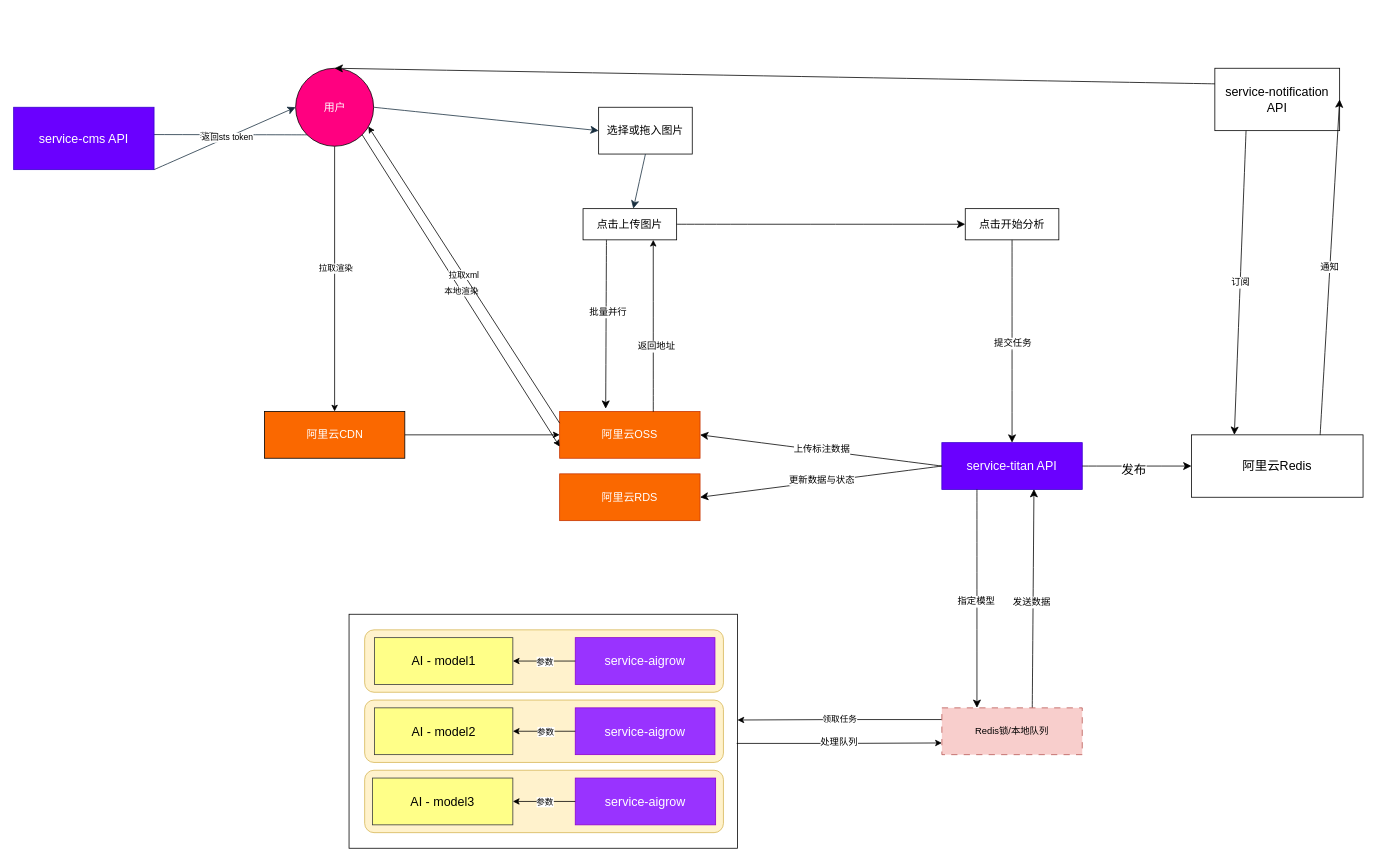
Earlier version of the draw.io diagram 未命名绘图.drawio (deepberry/.draw). Source tidied: cells renumbered, new cells numbered last; positions are measured from the earlier drawing's top-left corner, leaving out a move shared by most shapes. Both pictures are drawn from the tidied source at 78%, with x=0, y=0 at pixel (13, 13).
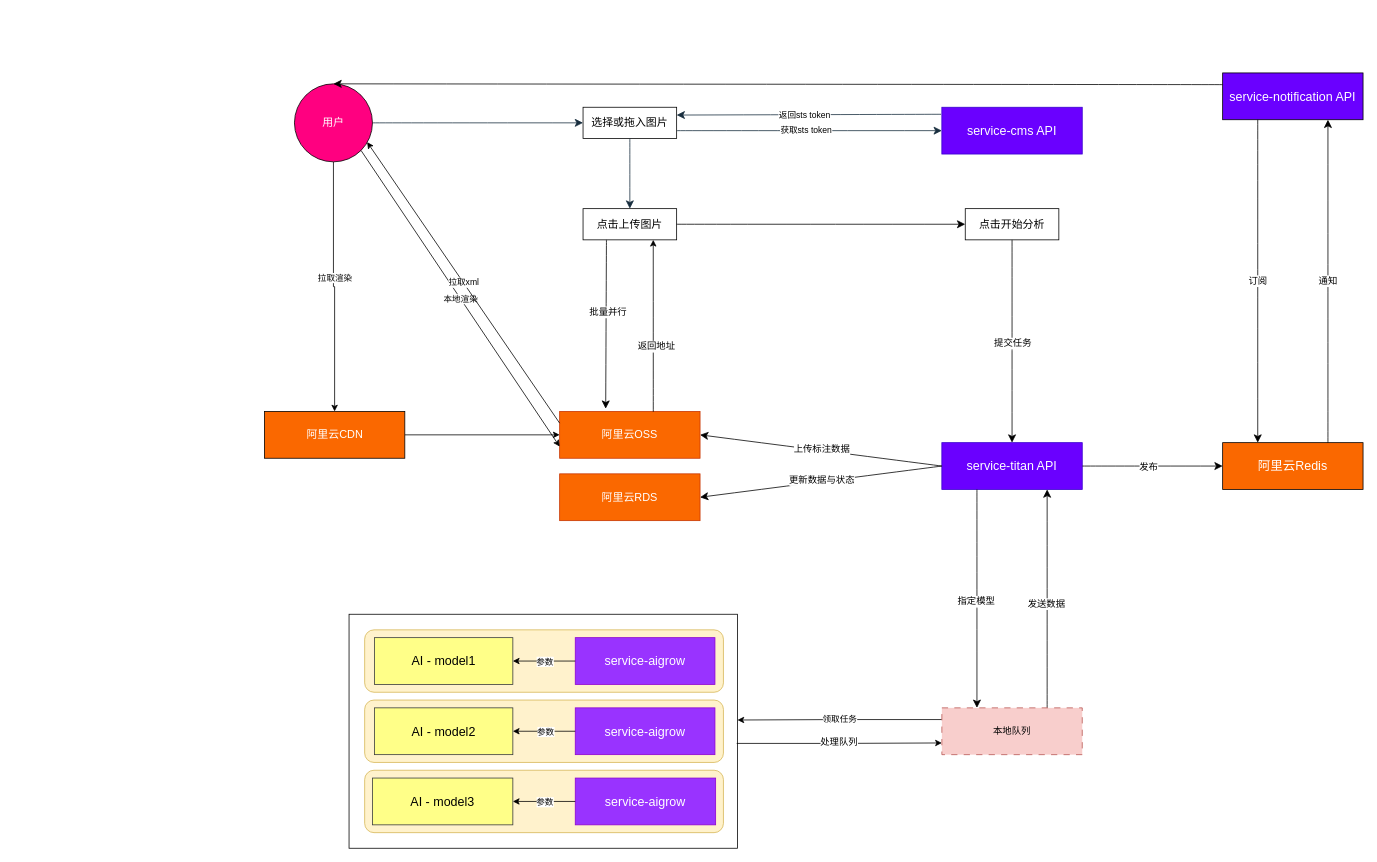
Above is the later version.

Commit message:
更新未命名绘图.drawio

The change refers to these unchanged cells:
```xml
<mxCell id="20" value="service-titan API" style="whiteSpace=wrap;html=1;fontSize=16;fillColor=#6a00ff;strokeColor=#3700CC;fontColor=#ffffff;" parent="1" vertex="1">
  <mxGeometry x="1190" y="550" width="180" height="60" as="geometry" />
</mxCell>
<mxCell id="63" style="edgeStyle=none;jettySize=auto;html=1;rounded=0;fontSize=12;startSize=8;endSize=8;curved=1;exitX=1;exitY=0.5;exitDx=0;exitDy=0;entryX=0;entryY=0.5;entryDx=0;entryDy=0;" parent="1" edge="1" source="20" target="60">
  <mxGeometry relative="1" as="geometry" />
</mxCell>
```

What changed in the source:
```diff
@@
-    <mxCell id="4" style="edgeStyle=none;curved=1;rounded=0;jettySize=auto;html=1;fontSize=12;startSize=8;endSize=8;labelBackgroundColor=none;fontColor=default;strokeColor=#182E3E;exitX=0;exitY=1;exitDx=0;exitDy=0;" parent="1" edge="1" source="36">
-      <mxGeometry relative="1" as="geometry">
-        <mxPoint x="160" y="155" as="targetPoint" />
-      </mxGeometry>
+    <mxCell id="4" style="edgeStyle=none;curved=1;rounded=0;jettySize=auto;html=1;fontSize=12;startSize=8;endSize=8;labelBackgroundColor=none;fontColor=default;strokeColor=#182E3E;entryX=0;entryY=0.5;entryDx=0;entryDy=0;exitX=1;exitY=0.75;exitDx=0;exitDy=0;" parent="1" edge="1" source="9" target="6">
+      <mxGeometry relative="1" as="geometry" />
     </mxCell>
@@
     <mxCell id="6" value="service-cms API" style="whiteSpace=wrap;html=1;fontSize=16;labelBackgroundColor=none;rounded=0;fillColor=#6a00ff;strokeColor=#3700CC;fontColor=#ffffff;" parent="1" vertex="1">
-      <mxGeometry y="120" width="180" height="80" as="geometry" />
+      <mxGeometry x="1190" y="120" width="180" height="60" as="geometry" />
     </mxCell>
-    <mxCell id="7" style="edgeStyle=none;jettySize=auto;html=1;rounded=0;fontSize=12;startSize=8;endSize=8;curved=1;entryX=0;entryY=0.5;entryDx=0;entryDy=0;labelBackgroundColor=none;fontColor=default;strokeColor=#182E3E;exitX=1;exitY=1;exitDx=0;exitDy=0;" parent="1" edge="1" source="6" target="36">
+    <mxCell id="7" style="edgeStyle=none;jettySize=auto;html=1;rounded=0;fontSize=12;startSize=8;endSize=8;curved=1;entryX=1;entryY=0.25;entryDx=0;entryDy=0;labelBackgroundColor=none;fontColor=default;strokeColor=#182E3E;exitX=-0.006;exitY=0.15;exitDx=0;exitDy=0;exitPerimeter=0;" parent="1" edge="1" source="6" target="9">
       <mxGeometry relative="1" as="geometry" />
     </mxCell>
@@
     <mxCell id="9" value="选择或拖入图片" style="whiteSpace=wrap;html=1;fontSize=14;rounded=0;labelBackgroundColor=none;" parent="1" vertex="1">
-      <mxGeometry x="750" y="120" width="120" height="60" as="geometry" />
+      <mxGeometry x="730" y="120" width="120" height="40" as="geometry" />
     </mxCell>
@@
-    <mxCell id="30" style="edgeStyle=none;jettySize=auto;html=1;rounded=0;fontSize=12;startSize=8;endSize=8;curved=1;exitX=0.644;exitY=0;exitDx=0;exitDy=0;exitPerimeter=0;entryX=0.656;entryY=0.992;entryDx=0;entryDy=0;entryPerimeter=0;" parent="1" edge="1" source="37" target="20">
+    <mxCell id="30" style="edgeStyle=none;jettySize=auto;html=1;rounded=0;fontSize=12;startSize=8;endSize=8;curved=1;exitX=0.75;exitY=0;exitDx=0;exitDy=0;entryX=0.75;entryY=1;entryDx=0;entryDy=0;" parent="1" edge="1" source="37" target="20">
       <mxGeometry relative="1" as="geometry" />
     </mxCell>
@@
     <mxCell id="36" value="用户" style="ellipse;whiteSpace=wrap;html=1;fontSize=14;fontColor=#FFFFFF;fillColor=#FF0080;" parent="1" vertex="1">
-      <mxGeometry x="361.5" y="70" width="100" height="100" as="geometry" />
+      <mxGeometry x="360" y="90" width="100" height="100" as="geometry" />
     </mxCell>
-    <mxCell id="37" value="Redis锁/本地队列" style="rounded=0;whiteSpace=wrap;html=1;fillColor=#f8cecc;strokeColor=#b85450;dashed=1;dashPattern=8 8;" parent="1" vertex="1">
+    <mxCell id="37" value="本地队列" style="rounded=0;whiteSpace=wrap;html=1;fillColor=#f8cecc;strokeColor=#b85450;dashed=1;dashPattern=8 8;" parent="1" vertex="1">
       <mxGeometry x="1190" y="890" width="180" height="60" as="geometry" />
     </mxCell>
@@
-    <mxCell id="60" value="阿里云Redis" style="whiteSpace=wrap;html=1;fontSize=16;" parent="1" vertex="1">
-      <mxGeometry x="1510" y="540" width="220" height="80" as="geometry" />
+    <mxCell id="60" value="阿里云Redis" style="whiteSpace=wrap;html=1;fontSize=16;fillColor=#FA6800;fontColor=#FFFFFF;" parent="1" vertex="1">
+      <mxGeometry x="1550" y="550" width="180" height="60" as="geometry" />
     </mxCell>
@@
-    <mxCell id="62" value="service-notification API" style="whiteSpace=wrap;html=1;fontSize=16;" parent="1" vertex="1">
-      <mxGeometry x="1540" y="70" width="160" height="80" as="geometry" />
+    <mxCell id="62" value="service-notification API" style="whiteSpace=wrap;html=1;fontSize=16;fillColor=#6A00FF;fontColor=#FFFFFF;" parent="1" vertex="1">
+      <mxGeometry x="1550" y="76" width="180" height="60" as="geometry" />
     </mxCell>
@@
-    <mxCell id="64" value="发布" style="edgeLabel;html=1;align=center;verticalAlign=middle;fontSize=16;" parent="63" vertex="1">
-      <mxGeometry x="-0.07" y="-4" relative="1" as="geometry" />
+    <mxCell id="64" value="发布" style="edgeLabel;html=1;align=center;verticalAlign=middle;fontSize=12;" parent="63" vertex="1">
+      <mxGeometry x="-0.07" y="-4" relative="1" as="geometry">
+        <mxPoint y="-4" as="offset" />
+      </mxGeometry>
     </mxCell>
@@
-    <mxCell id="67" value="通知" style="edgeStyle=none;jettySize=auto;html=1;rounded=0;fontSize=12;startSize=8;endSize=8;curved=1;exitX=0.75;exitY=0;exitDx=0;exitDy=0;entryX=1;entryY=0.5;entryDx=0;entryDy=0;" parent="1" edge="1" source="60" target="62">
+    <mxCell id="67" value="通知" style="edgeStyle=none;jettySize=auto;html=1;rounded=0;fontSize=12;startSize=8;endSize=8;curved=1;exitX=0.75;exitY=0;exitDx=0;exitDy=0;entryX=0.75;entryY=1;entryDx=0;entryDy=0;" parent="1" edge="1" source="60" target="62">
       <mxGeometry relative="1" as="geometry" />
     </mxCell>
```
